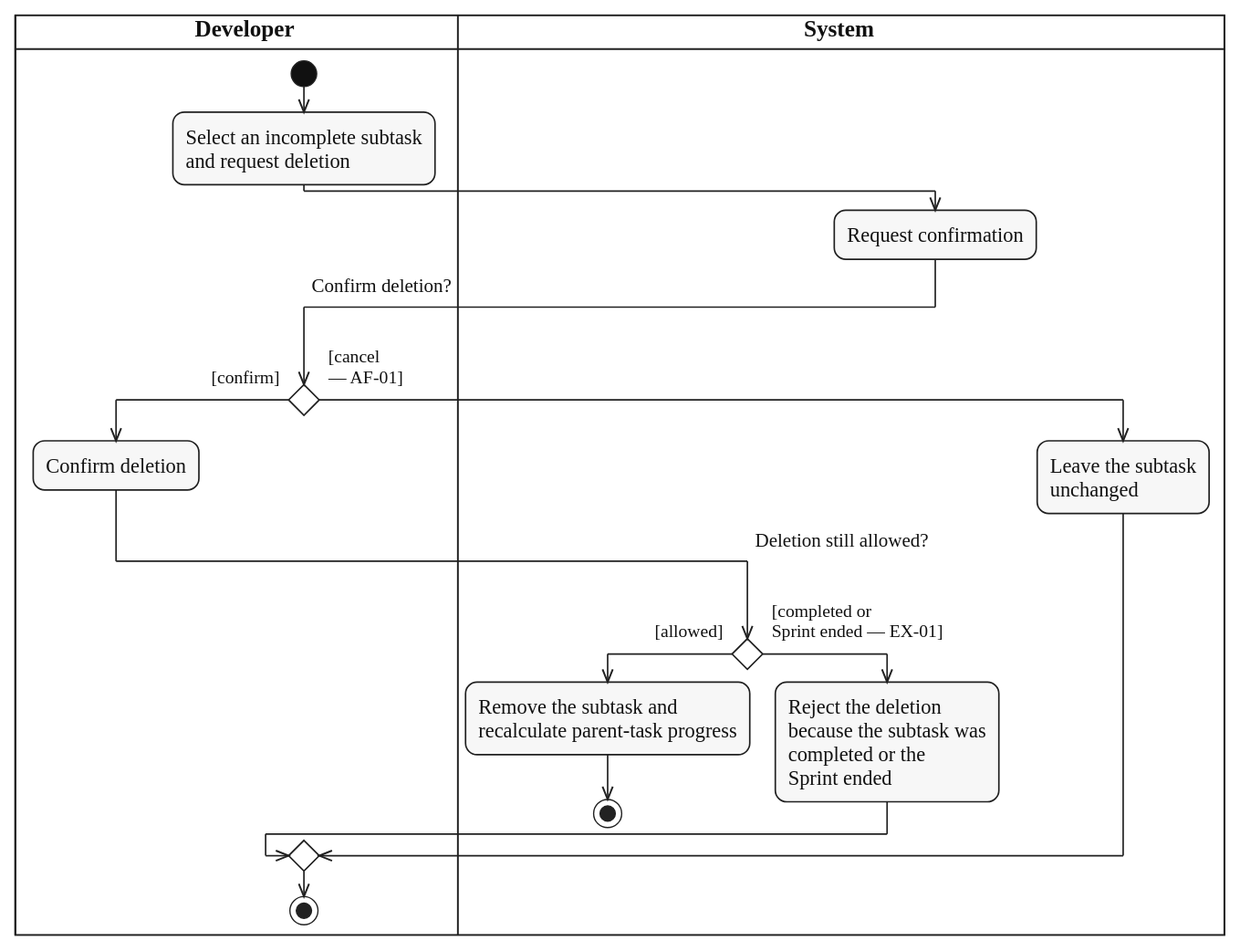
This is diagrams/activity/sprint-work/svg/UC-SUBTASK-DELETE.svg from lukenab/swd392-doc-automation, a PlantUML export, as it was before one commit. Its source is kept beside it as diagrams/activity/sprint-work/source/UC-SUBTASK-DELETE.puml.
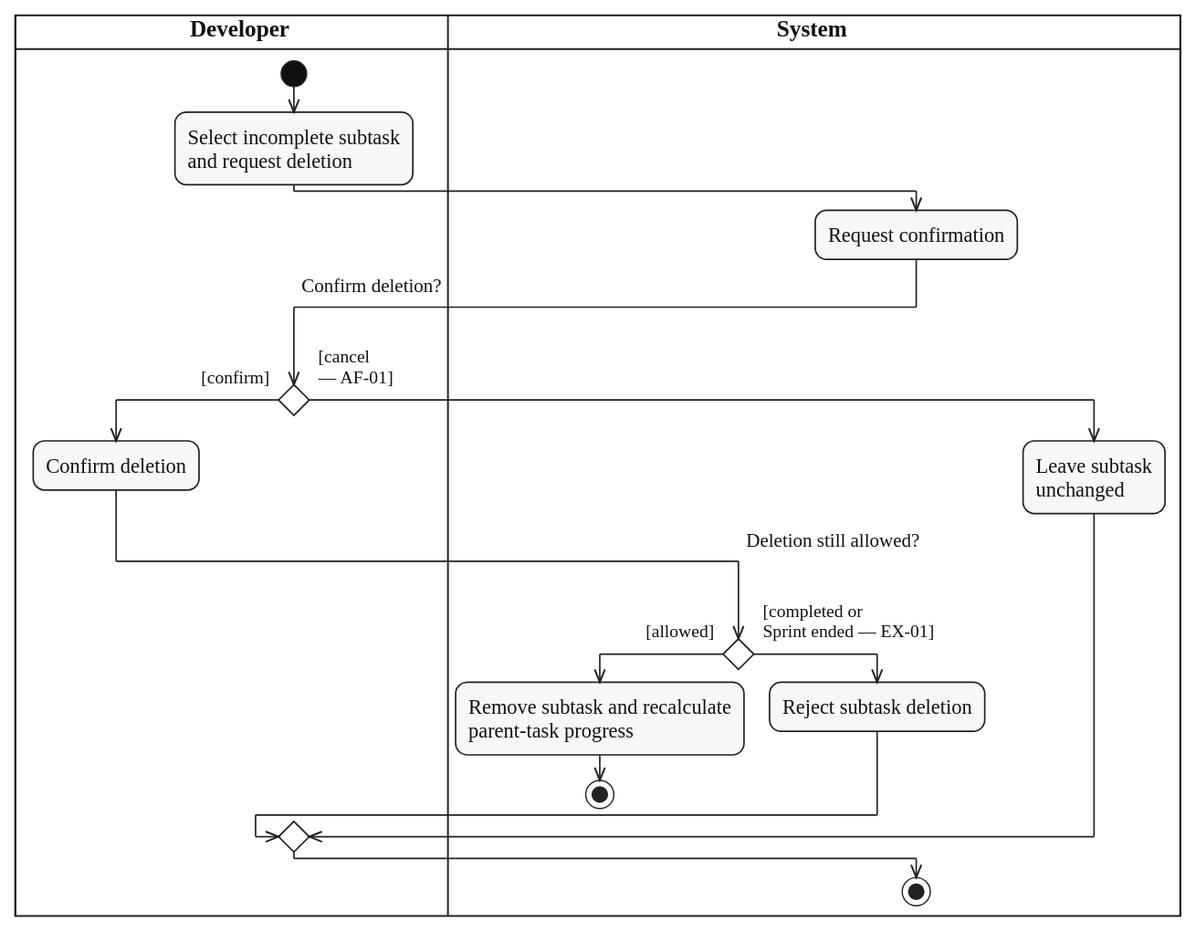
The same diagram one commit later.

Diff of the diagram source:
```diff
@@ -5,7 +5,7 @@
 
 |DEV|
 start
-:Select an incomplete subtask
+:Select incomplete subtask
 and request deletion;
 |SYS|
 :Request confirmation;
@@ -14,20 +14,17 @@
   :Confirm deletion;
   |SYS|
   if ($question_x("Deletion still allowed?")) then ($guard_left("[allowed]"))
-    :Remove the subtask and
-    recalculate parent-task progress;
+    :Remove subtask and recalculate
+    parent-task progress;
     stop
   else ($guard_right("[completed or", "Sprint ended — EX-01]"))
-    :Reject the deletion
-    because the subtask was
-    completed or the
-    Sprint ended;
+    :Reject subtask deletion;
   endif
 else ($guard_right("[cancel", "— AF-01]"))
   |SYS|
-  :Leave the subtask
+  :Leave subtask
   unchanged;
 endif
-|DEV|
+|SYS|
 stop
 @enduml
```
